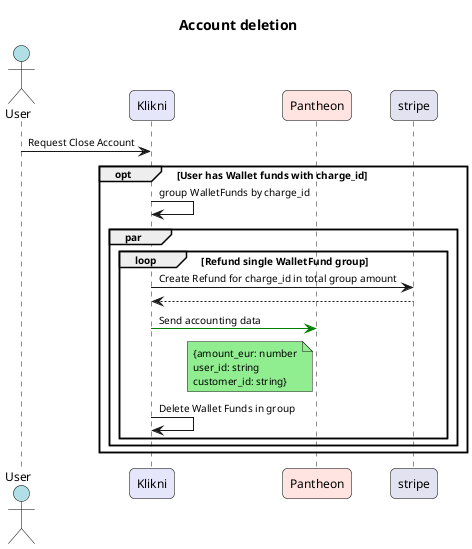
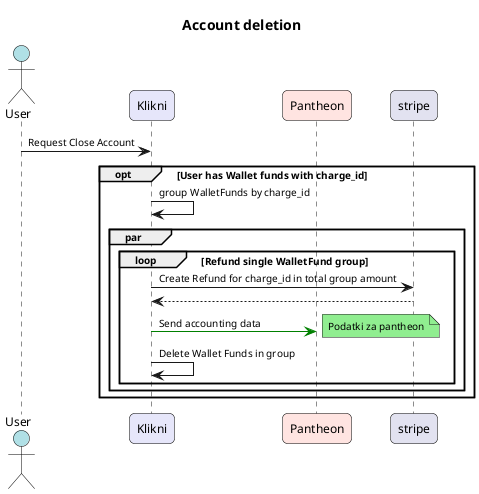
@startuml AccountDeletion
title Account deletion

' === Compact Sequence Styling ===
skinparam defaultFontSize 10
skinparam sequence {
    MessageSpacing 15
    ParticipantSpacing 50
}

' === Actor / Participant Styling ===
skinparam actor {
    FontName Arial
    FontSize 12
    BorderColor Black
    BackgroundColor #ADD8E6
    RoundCorner 10
    MinWidth 120
    MinHeight 120
}

skinparam participant {
    FontName Arial
    FontSize 12
    BorderColor Black
    RoundCorner 10
    MinWidth 140
    MinHeight 100
}

' === Participant Colors ===
' Use stereotypes for coloring specific entities
actor User as user #B0E0E6
' actor Driver as driver #F0E68C
' actor Business as business #D3D3D3
participant Klikni as klikni #E6E6FA
' participant Stripe as stripe #FFDAB9
participant Pantheon as pantheon #FFE4E1


' === Sequence ===
user -> klikni: Request Close Account
opt User has Wallet funds with charge_id
    klikni->klikni: group WalletFunds by charge_id
    par
        loop Refund single WalletFund group
            klikni -> stripe: Create Refund for charge_id in total group amount
            klikni <-- stripe
            klikni -[#green]> pantheon: Send accounting data
-             note left of pantheon #LightGreen
-                 {amount_eur: number
-                 user_id: string
-                 customer_id: string}
+             note right #LightGreen
+                 Podatki za pantheon
            end note
            klikni -> klikni: Delete Wallet Funds in group
        end loop
end par
end opt
@enduml
